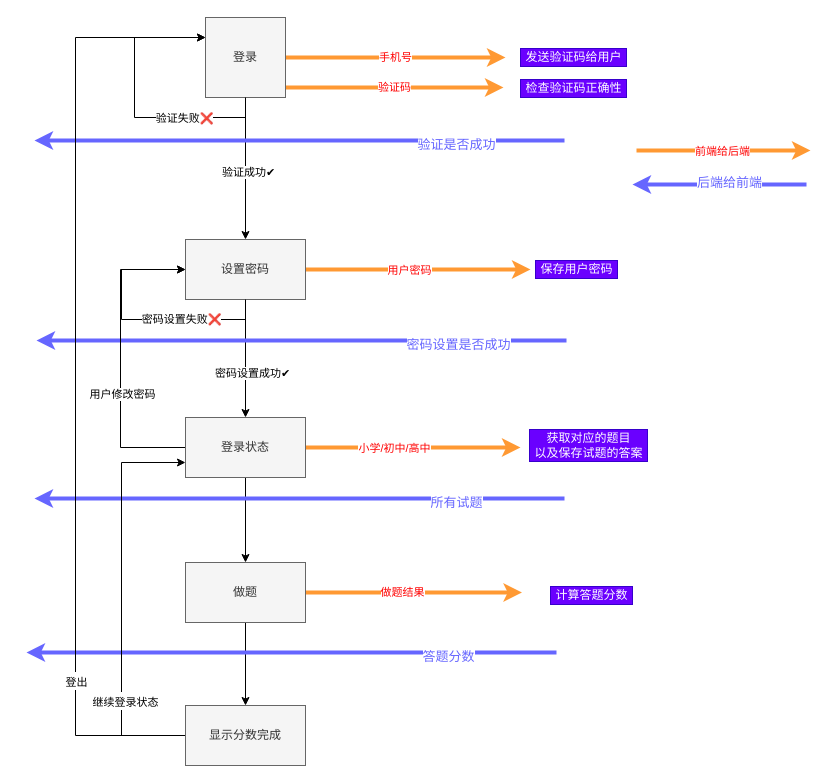
This is 结对编程.drawio from bankarian/pics, a draw.io file, before an edit. Source tidied: cells renumbered, new cells numbered last; positions are measured from the earlier drawing's top-left corner, leaving out a move shared by most shapes. Both pictures are drawn from the tidied source at 100%, with x=0, y=0 at pixel (26, 17).
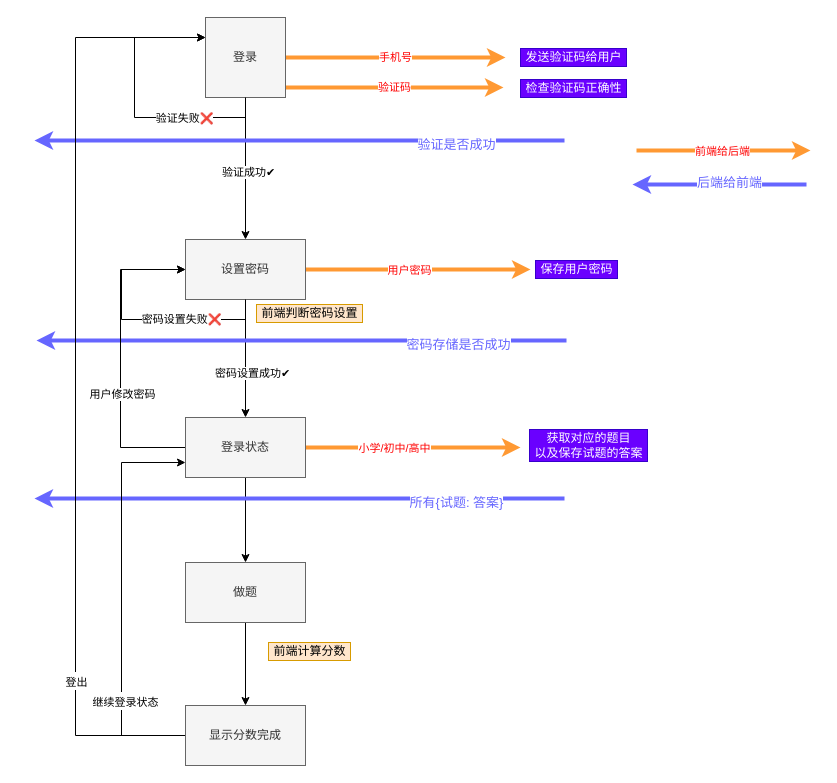
The same page after the edit.

Unchanged cells that the change refers to:
```xml
<mxCell id="20" style="endArrow=classic;html=1;fillColor=#66B2FF;strokeColor=#6666FF;strokeWidth=4;" parent="1" edge="1">
  <mxGeometry relative="1" as="geometry">
    <mxPoint x="540" y="323" as="sourcePoint" />
    <mxPoint x="10" y="323" as="targetPoint" />
  </mxGeometry>
</mxCell>
<mxCell id="30" style="endArrow=classic;html=1;fillColor=#66B2FF;strokeColor=#6666FF;strokeWidth=4;fontSize=15;" parent="1" edge="1">
  <mxGeometry relative="1" as="geometry">
    <mxPoint x="538" y="481" as="sourcePoint" />
    <mxPoint x="8" y="481" as="targetPoint" />
  </mxGeometry>
</mxCell>
<mxCell id="35" value="做题" style="whiteSpace=wrap;html=1;fillColor=#f5f5f5;strokeColor=#666666;fontColor=#333333;" parent="1" vertex="1">
  <mxGeometry x="159" y="545" width="120" height="60" as="geometry" />
</mxCell>
```

What changed in the source:
```diff
@@
-    <mxCell id="21" value="&lt;font style=&quot;font-size: 13px&quot; color=&quot;#6666ff&quot;&gt;密码设置是否成功&lt;/font&gt;" style="edgeLabel;html=1;align=center;verticalAlign=middle;" parent="20" vertex="1">
+    <mxCell id="21" value="&lt;font style=&quot;font-size: 13px&quot; color=&quot;#6666ff&quot;&gt;密码存储是否成功&lt;/font&gt;" style="edgeLabel;html=1;align=center;verticalAlign=middle;" parent="20" vertex="1">
       <mxGeometry x="-0.59" y="3" relative="1" as="geometry" />
     </mxCell>
@@
-    <mxCell id="31" value="&lt;font style=&quot;font-size: 13px&quot; color=&quot;#6666ff&quot;&gt;所有试题&lt;/font&gt;" style="edgeLabel;html=1;align=center;verticalAlign=middle;" parent="30" vertex="1">
+    <mxCell id="31" value="&lt;font style=&quot;font-size: 13px&quot; color=&quot;#6666ff&quot;&gt;所有{试题: 答案}&lt;/font&gt;" style="edgeLabel;html=1;align=center;verticalAlign=middle;" parent="30" vertex="1">
       <mxGeometry x="-0.59" y="3" relative="1" as="geometry" />
     </mxCell>
-    <mxCell id="32" style="edgeStyle=orthogonalEdgeStyle;rounded=0;jettySize=auto;html=1;fontSize=15;strokeWidth=4;strokeColor=#FF9933;" parent="1" edge="1" source="35">
-      <mxGeometry relative="1" as="geometry">
-        <mxPoint x="495.5" y="575" as="targetPoint" />
-      </mxGeometry>
-    </mxCell>
-    <mxCell id="33" value="&lt;font style=&quot;font-size: 11px&quot; color=&quot;#ff0000&quot;&gt;做题结果&lt;/font&gt;" style="edgeLabel;html=1;align=center;verticalAlign=middle;fontSize=15;" parent="32" vertex="1">
-      <mxGeometry x="-0.11" y="-3" relative="1" as="geometry">
-        <mxPoint x="-1" y="-6" as="offset" />
-      </mxGeometry>
-    </mxCell>
@@
-    <mxCell id="36" value="计算答题分数" style="text;html=1;align=center;verticalAlign=middle;fillColor=#6a00ff;strokeColor=#3700CC;fontColor=#ffffff;" parent="1" vertex="1">
-      <mxGeometry x="524" y="569" width="82" height="18" as="geometry" />
-    </mxCell>
-    <mxCell id="37" style="endArrow=classic;html=1;fillColor=#66B2FF;strokeColor=#6666FF;strokeWidth=4;fontSize=15;" parent="1" edge="1">
-      <mxGeometry relative="1" as="geometry">
-        <mxPoint x="530" y="635" as="sourcePoint" />
-        <mxPoint y="635" as="targetPoint" />
-      </mxGeometry>
-    </mxCell>
-    <mxCell id="38" value="&lt;font style=&quot;font-size: 13px&quot; color=&quot;#6666ff&quot;&gt;答题分数&lt;/font&gt;" style="edgeLabel;html=1;align=center;verticalAlign=middle;" parent="37" vertex="1">
-      <mxGeometry x="-0.59" y="3" relative="1" as="geometry" />
-    </mxCell>
@@
+    <mxCell id="48" value="前端计算分数" style="text;html=1;align=center;verticalAlign=middle;fillColor=#ffe6cc;strokeColor=#d79b00;" parent="1" vertex="1">
+      <mxGeometry x="242" y="625" width="82" height="18" as="geometry" />
+    </mxCell>
+    <mxCell id="49" value="前端判断密码设置" style="text;html=1;align=center;verticalAlign=middle;fillColor=#ffe6cc;strokeColor=#d79b00;" parent="1" vertex="1">
+      <mxGeometry x="230" y="287" width="106" height="18" as="geometry" />
+    </mxCell>
```
